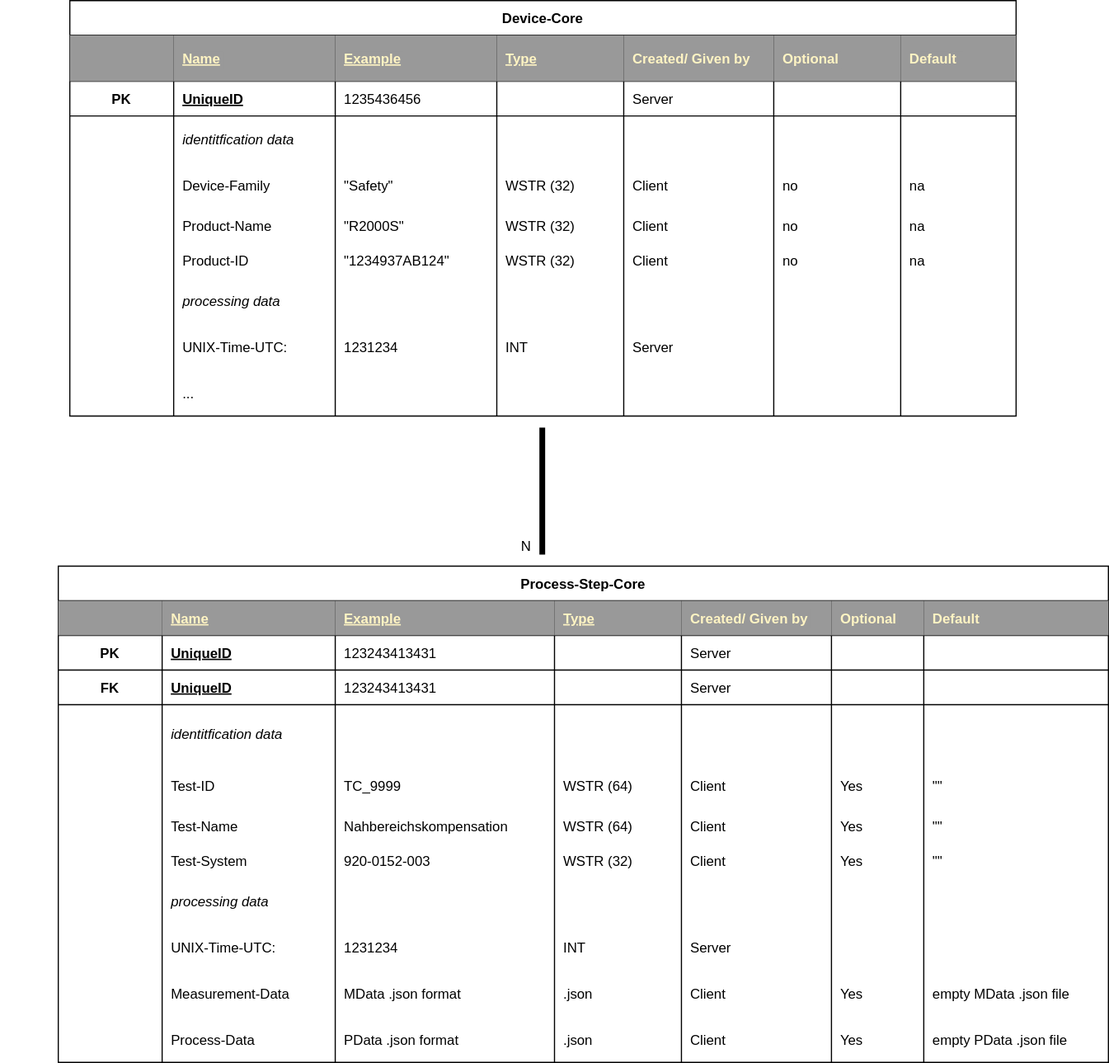
Earlier version of the draw.io export schemes/basic_scheme.svg (Thaulino/mdweb). Source tidied: cells renumbered, new cells last; positions are measured from the earlier drawing's top-left corner, leaving out a move shared by most shapes.
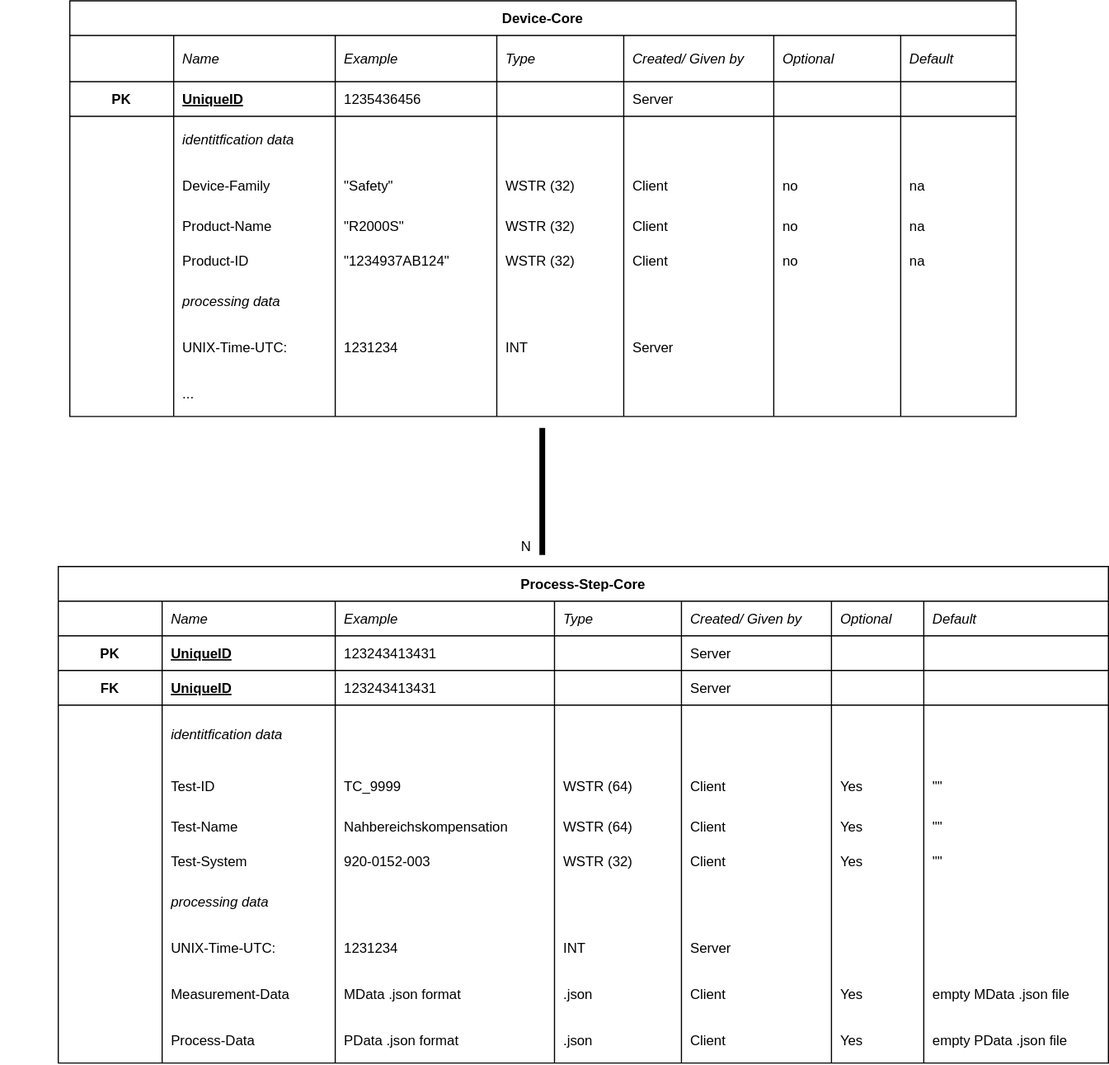
Above is the later version.

The edit, as a diff of the source:
```diff
@@ -8,25 +8,25 @@
     <mxCell id="3" style="shape=partialRectangle;fillColor=none;top=0;left=0;bottom=1;right=0;" parent="2" vertex="1">
       <mxGeometry y="30" width="910" height="30" as="geometry" />
     </mxCell>
-    <mxCell id="4" style="shape=partialRectangle;top=0;left=0;bottom=0;right=0;fontStyle=1;overflow=hidden;labelBackgroundColor=#ffffff;fillColor=#999999;" parent="3" vertex="1">
+    <mxCell id="4" style="shape=partialRectangle;top=0;left=0;bottom=0;right=0;fontStyle=2;overflow=hidden;labelBackgroundColor=none;fillColor=none;" parent="3" vertex="1">
       <mxGeometry width="90" height="30" as="geometry" />
     </mxCell>
-    <mxCell id="5" value="Name" style="shape=partialRectangle;top=0;left=0;bottom=0;right=0;align=left;spacingLeft=6;fontStyle=5;overflow=hidden;fontColor=#FFF4C3;labelBackgroundColor=#999999;fillColor=#999999;" parent="3" vertex="1">
+    <mxCell id="5" value="Name" style="shape=partialRectangle;top=0;left=0;bottom=0;right=0;align=left;spacingLeft=6;fontStyle=2;overflow=hidden;labelBackgroundColor=none;fillColor=none;" parent="3" vertex="1">
       <mxGeometry x="90" width="150" height="30" as="geometry" />
     </mxCell>
-    <mxCell id="6" value="Example" style="shape=partialRectangle;top=0;left=0;bottom=0;right=0;align=left;spacingLeft=6;fontStyle=5;overflow=hidden;fontColor=#FFF4C3;labelBackgroundColor=#999999;fillColor=#999999;" parent="3" vertex="1">
+    <mxCell id="6" value="Example" style="shape=partialRectangle;top=0;left=0;bottom=0;right=0;align=left;spacingLeft=6;fontStyle=2;overflow=hidden;labelBackgroundColor=none;fillColor=none;" parent="3" vertex="1">
       <mxGeometry x="240" width="190" height="30" as="geometry" />
     </mxCell>
-    <mxCell id="7" value="Type" style="shape=partialRectangle;top=0;left=0;bottom=0;right=0;align=left;spacingLeft=6;fontStyle=5;overflow=hidden;fontColor=#FFF4C3;labelBackgroundColor=#999999;fillColor=#999999;" parent="3" vertex="1">
+    <mxCell id="7" value="Type" style="shape=partialRectangle;top=0;left=0;bottom=0;right=0;align=left;spacingLeft=6;fontStyle=2;overflow=hidden;labelBackgroundColor=none;fillColor=none;" parent="3" vertex="1">
       <mxGeometry x="430" width="110" height="30" as="geometry" />
     </mxCell>
-    <mxCell id="8" value="Created/ Given by" style="shape=partialRectangle;top=0;left=0;bottom=0;right=0;align=left;spacingLeft=6;fontStyle=1;overflow=hidden;fontColor=#FFF4C3;labelBackgroundColor=#999999;fillColor=#999999;" parent="3" vertex="1">
+    <mxCell id="8" value="Created/ Given by" style="shape=partialRectangle;top=0;left=0;bottom=0;right=0;align=left;spacingLeft=6;fontStyle=2;overflow=hidden;labelBackgroundColor=none;fillColor=none;" parent="3" vertex="1">
       <mxGeometry x="540" width="130" height="30" as="geometry" />
     </mxCell>
-    <mxCell id="9" value="Optional" style="shape=partialRectangle;top=0;left=0;bottom=0;right=0;align=left;spacingLeft=6;fontStyle=1;overflow=hidden;fontColor=#FFF4C3;labelBackgroundColor=#999999;fillColor=#999999;" parent="3" vertex="1">
+    <mxCell id="9" value="Optional" style="shape=partialRectangle;top=0;left=0;bottom=0;right=0;align=left;spacingLeft=6;fontStyle=2;overflow=hidden;labelBackgroundColor=none;fillColor=none;" parent="3" vertex="1">
       <mxGeometry x="670" width="80" height="30" as="geometry" />
     </mxCell>
-    <mxCell id="10" value="Default" style="shape=partialRectangle;top=0;left=0;bottom=0;right=0;align=left;spacingLeft=6;fontStyle=1;overflow=hidden;fontColor=#FFF4C3;labelBackgroundColor=#999999;fillColor=#999999;" parent="3" vertex="1">
+    <mxCell id="10" value="Default" style="shape=partialRectangle;top=0;left=0;bottom=0;right=0;align=left;spacingLeft=6;fontStyle=2;overflow=hidden;labelBackgroundColor=none;fillColor=none;" parent="3" vertex="1">
       <mxGeometry x="750" width="160" height="30" as="geometry" />
     </mxCell>
     <mxCell id="11" style="shape=partialRectangle;fillColor=none;top=0;left=0;bottom=1;right=0;" parent="2" vertex="1">
@@ -278,25 +278,25 @@
     <mxCell id="93" style="shape=partialRectangle;fillColor=none;top=0;left=0;bottom=1;right=0;" parent="92" vertex="1">
       <mxGeometry y="30" width="820" height="40" as="geometry" />
     </mxCell>
-    <mxCell id="94" style="shape=partialRectangle;top=0;left=0;bottom=0;right=0;fontStyle=1;overflow=hidden;labelBackgroundColor=#ffffff;fillColor=#999999;" parent="93" vertex="1">
+    <mxCell id="94" style="shape=partialRectangle;top=0;left=0;bottom=0;right=0;fontStyle=1;overflow=hidden;labelBackgroundColor=none;fillColor=none;" parent="93" vertex="1">
       <mxGeometry width="90" height="40" as="geometry" />
     </mxCell>
-    <mxCell id="95" value="Name" style="shape=partialRectangle;top=0;left=0;bottom=0;right=0;align=left;spacingLeft=6;fontStyle=5;overflow=hidden;fontColor=#FFF4C3;labelBackgroundColor=#999999;fillColor=#999999;" parent="93" vertex="1">
+    <mxCell id="95" value="Name" style="shape=partialRectangle;top=0;left=0;bottom=0;right=0;align=left;spacingLeft=6;fontStyle=2;overflow=hidden;labelBackgroundColor=none;fillColor=none;" parent="93" vertex="1">
       <mxGeometry x="90" width="140" height="40" as="geometry" />
     </mxCell>
-    <mxCell id="96" value="Example" style="shape=partialRectangle;top=0;left=0;bottom=0;right=0;align=left;spacingLeft=6;fontStyle=5;overflow=hidden;fontColor=#FFF4C3;labelBackgroundColor=#999999;fillColor=#999999;" parent="93" vertex="1">
+    <mxCell id="96" value="Example" style="shape=partialRectangle;top=0;left=0;bottom=0;right=0;align=left;spacingLeft=6;fontStyle=2;overflow=hidden;labelBackgroundColor=none;fillColor=none;" parent="93" vertex="1">
       <mxGeometry x="230" width="140" height="40" as="geometry" />
     </mxCell>
-    <mxCell id="97" value="Type" style="shape=partialRectangle;top=0;left=0;bottom=0;right=0;align=left;spacingLeft=6;fontStyle=5;overflow=hidden;fontColor=#FFF4C3;labelBackgroundColor=#999999;fillColor=#999999;" parent="93" vertex="1">
+    <mxCell id="97" value="Type" style="shape=partialRectangle;top=0;left=0;bottom=0;right=0;align=left;spacingLeft=6;fontStyle=2;overflow=hidden;labelBackgroundColor=none;fillColor=none;" parent="93" vertex="1">
       <mxGeometry x="370" width="110" height="40" as="geometry" />
     </mxCell>
-    <mxCell id="98" value="Created/ Given by" style="shape=partialRectangle;top=0;left=0;bottom=0;right=0;align=left;spacingLeft=6;fontStyle=1;overflow=hidden;fontColor=#FFF4C3;labelBackgroundColor=#999999;fillColor=#999999;" parent="93" vertex="1">
+    <mxCell id="98" value="Created/ Given by" style="shape=partialRectangle;top=0;left=0;bottom=0;right=0;align=left;spacingLeft=6;fontStyle=2;overflow=hidden;labelBackgroundColor=none;fillColor=none;" parent="93" vertex="1">
       <mxGeometry x="480" width="130" height="40" as="geometry" />
     </mxCell>
-    <mxCell id="99" value="Optional" style="shape=partialRectangle;top=0;left=0;bottom=0;right=0;align=left;spacingLeft=6;fontStyle=1;overflow=hidden;fontColor=#FFF4C3;labelBackgroundColor=#999999;fillColor=#999999;" parent="93" vertex="1">
+    <mxCell id="99" value="Optional" style="shape=partialRectangle;top=0;left=0;bottom=0;right=0;align=left;spacingLeft=6;fontStyle=2;overflow=hidden;labelBackgroundColor=none;fillColor=none;" parent="93" vertex="1">
       <mxGeometry x="610" width="110" height="40" as="geometry" />
     </mxCell>
-    <mxCell id="100" value="Default " style="shape=partialRectangle;top=0;left=0;bottom=0;right=0;align=left;spacingLeft=6;fontStyle=1;overflow=hidden;fontColor=#FFF4C3;labelBackgroundColor=#999999;fillColor=#999999;" parent="93" vertex="1">
+    <mxCell id="100" value="Default " style="shape=partialRectangle;top=0;left=0;bottom=0;right=0;align=left;spacingLeft=6;fontStyle=2;overflow=hidden;labelBackgroundColor=none;fillColor=none;" parent="93" vertex="1">
       <mxGeometry x="720" width="100" height="40" as="geometry" />
     </mxCell>
     <mxCell id="101" style="shape=partialRectangle;fillColor=none;top=0;left=0;bottom=1;right=0;" parent="92" vertex="1">
```
